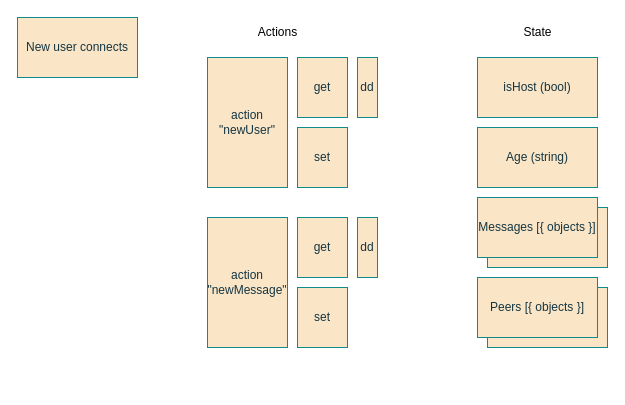
This is dev/AstroChat.drawio from StinkyDubeau/dubeau-dot-org, a draw.io file, before an edit. Source tidied: cells renumbered, new cells numbered last; positions are measured from the earlier drawing's top-left corner, leaving out a move shared by most shapes. Both pictures are drawn from the tidied source at 100%, with x=0, y=0 at pixel (17, 17).
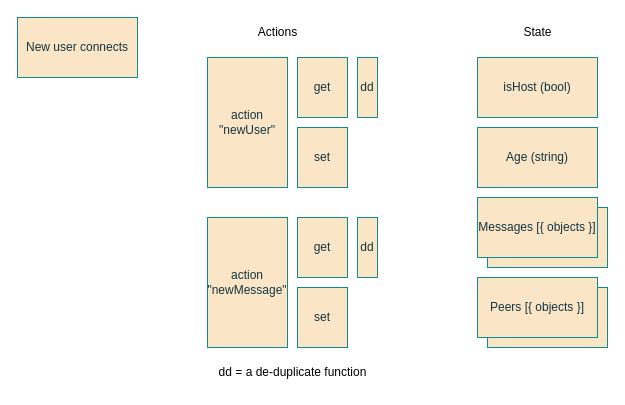
The same page after the edit.

Commit message:
Working on firefox, safari

What changed in the source:
```diff
@@
 <mxGraphModel>
   <root>
     <mxCell id="0" />
     <mxCell id="1" parent="0" />
     <mxCell id="2" value="&lt;div&gt;New user connects&lt;/div&gt;" style="whiteSpace=wrap;html=1;labelBackgroundColor=none;fillColor=#FAE5C7;strokeColor=#0F8B8D;fontColor=#143642;" parent="1" vertex="1">
       <mxGeometry width="120" height="60" as="geometry" />
     </mxCell>
     <mxCell id="3" value="Age (string)" style="whiteSpace=wrap;html=1;labelBackgroundColor=none;fillColor=#FAE5C7;strokeColor=#0F8B8D;fontColor=#143642;" parent="1" vertex="1">
       <mxGeometry x="460" y="110" width="120" height="60" as="geometry" />
     </mxCell>
     <mxCell id="4" style="whiteSpace=wrap;html=1;labelBackgroundColor=none;fillColor=#FAE5C7;strokeColor=#0F8B8D;fontColor=#143642;" parent="1" vertex="1">
       <mxGeometry x="470" y="190" width="120" height="60" as="geometry" />
     </mxCell>
     <mxCell id="5" value="&lt;div&gt;Messages [{ objects }]&lt;/div&gt;" style="whiteSpace=wrap;html=1;labelBackgroundColor=none;fillColor=#FAE5C7;strokeColor=#0F8B8D;fontColor=#143642;" parent="1" vertex="1">
       <mxGeometry x="460" y="180" width="120" height="60" as="geometry" />
     </mxCell>
     <mxCell id="6" value="&lt;div&gt;isHost (bool)&lt;/div&gt;" style="whiteSpace=wrap;html=1;labelBackgroundColor=none;fillColor=#FAE5C7;strokeColor=#0F8B8D;fontColor=#143642;" parent="1" vertex="1">
       <mxGeometry x="460" y="40" width="120" height="60" as="geometry" />
     </mxCell>
     <mxCell id="7" value="&lt;div&gt;action&lt;/div&gt;&lt;div&gt;&quot;newMessage&quot;&lt;/div&gt;" style="whiteSpace=wrap;html=1;labelBackgroundColor=none;fillColor=#FAE5C7;strokeColor=#0F8B8D;fontColor=#143642;" parent="1" vertex="1">
       <mxGeometry x="190" y="200" width="80" height="130" as="geometry" />
     </mxCell>
     <mxCell id="8" value="get" style="whiteSpace=wrap;html=1;labelBackgroundColor=none;fillColor=#FAE5C7;strokeColor=#0F8B8D;fontColor=#143642;" parent="1" vertex="1">
       <mxGeometry x="280" y="200" width="50" height="60" as="geometry" />
     </mxCell>
     <mxCell id="9" value="set" style="whiteSpace=wrap;html=1;labelBackgroundColor=none;fillColor=#FAE5C7;strokeColor=#0F8B8D;fontColor=#143642;" parent="1" vertex="1">
       <mxGeometry x="280" y="270" width="50" height="60" as="geometry" />
     </mxCell>
     <mxCell id="10" value="&lt;div&gt;action&lt;/div&gt;&lt;div&gt;&quot;newUser&quot;&lt;/div&gt;" style="whiteSpace=wrap;html=1;labelBackgroundColor=none;fillColor=#FAE5C7;strokeColor=#0F8B8D;fontColor=#143642;" parent="1" vertex="1">
       <mxGeometry x="190" y="40" width="80" height="130" as="geometry" />
     </mxCell>
     <mxCell id="11" value="get" style="whiteSpace=wrap;html=1;labelBackgroundColor=none;fillColor=#FAE5C7;strokeColor=#0F8B8D;fontColor=#143642;" parent="1" vertex="1">
       <mxGeometry x="280" y="40" width="50" height="60" as="geometry" />
     </mxCell>
     <mxCell id="12" value="set" style="whiteSpace=wrap;html=1;labelBackgroundColor=none;fillColor=#FAE5C7;strokeColor=#0F8B8D;fontColor=#143642;" parent="1" vertex="1">
       <mxGeometry x="280" y="110" width="50" height="60" as="geometry" />
     </mxCell>
     <mxCell id="13" style="whiteSpace=wrap;html=1;labelBackgroundColor=none;fillColor=#FAE5C7;strokeColor=#0F8B8D;fontColor=#143642;" parent="1" vertex="1">
       <mxGeometry x="470" y="270" width="120" height="60" as="geometry" />
     </mxCell>
     <mxCell id="14" value="&lt;div&gt;Peers [{ objects }]&lt;/div&gt;" style="whiteSpace=wrap;html=1;labelBackgroundColor=none;fillColor=#FAE5C7;strokeColor=#0F8B8D;fontColor=#143642;" parent="1" vertex="1">
       <mxGeometry x="460" y="260" width="120" height="60" as="geometry" />
     </mxCell>
     <mxCell id="15" value="dd" style="whiteSpace=wrap;html=1;labelBackgroundColor=none;fillColor=#FAE5C7;strokeColor=#0F8B8D;fontColor=#143642;" parent="1" vertex="1">
       <mxGeometry x="340" y="40" width="20" height="60" as="geometry" />
     </mxCell>
     <mxCell id="16" value="dd" style="whiteSpace=wrap;html=1;labelBackgroundColor=none;fillColor=#FAE5C7;strokeColor=#0F8B8D;fontColor=#143642;" parent="1" vertex="1">
       <mxGeometry x="340" y="200" width="20" height="60" as="geometry" />
     </mxCell>
     <mxCell id="17" value="Actions" style="text;html=1;align=center;verticalAlign=middle;strokeColor=none;fillColor=none;" parent="1" vertex="1">
       <mxGeometry x="230" width="60" height="30" as="geometry" />
     </mxCell>
     <mxCell id="18" value="State" style="text;html=1;align=center;verticalAlign=middle;strokeColor=none;fillColor=none;" parent="1" vertex="1">
       <mxGeometry x="495" width="50" height="30" as="geometry" />
     </mxCell>
+    <mxCell id="19" value="&lt;div style=&quot;text-align: left;&quot;&gt;&lt;span style=&quot;background-color: initial;&quot;&gt;dd = a de-duplicate function&lt;/span&gt;&lt;/div&gt;" style="text;html=1;align=center;verticalAlign=middle;strokeColor=none;fillColor=none;" parent="1" vertex="1">
+      <mxGeometry x="190" y="340" width="170" height="30" as="geometry" />
+    </mxCell>
   </root>
 </mxGraphModel>
```
